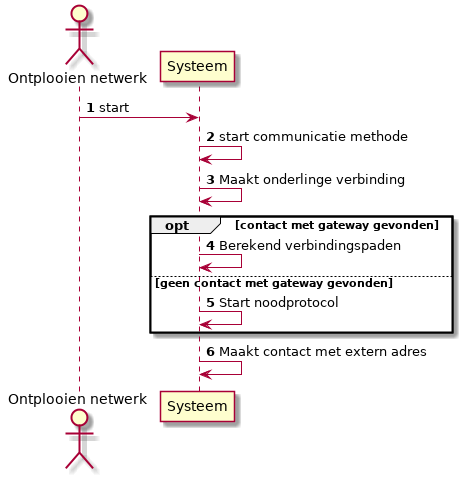
mauriceberentsen/Automated-Drone-Distribution-Network keeps this PlantUML diagram as Docs/DesignDocumenten/UML/out/usecase/sequence/meshnetwerk/meshnetwerk.png. Above is the earlier version.
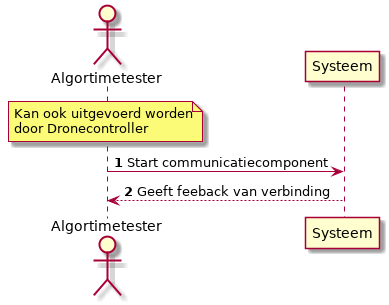
Later version of the same file.

What changed in the source:
```diff
@@ -1,17 +1,11 @@
 @startuml
 
 autonumber
-actor "Ontplooien netwerk" as act
+actor "Algortimetester" as act
 participant "Systeem" as sys
 
-act -> sys : start
-sys -> sys : start communicatie methode
-sys -> sys : Maakt onderlinge verbinding
-opt contact met gateway gevonden
-sys -> sys : Berekend verbindingspaden
-else geen contact met gateway gevonden
-sys -> sys : Start noodprotocol
-end
-sys -> sys : Maakt contact met extern adres
+note over act: Kan ook uitgevoerd worden\ndoor Dronecontroller
+act -> sys : Start communicatiecomponent
+act <-- sys : Geeft feeback van verbinding
 
 @enduml
```
